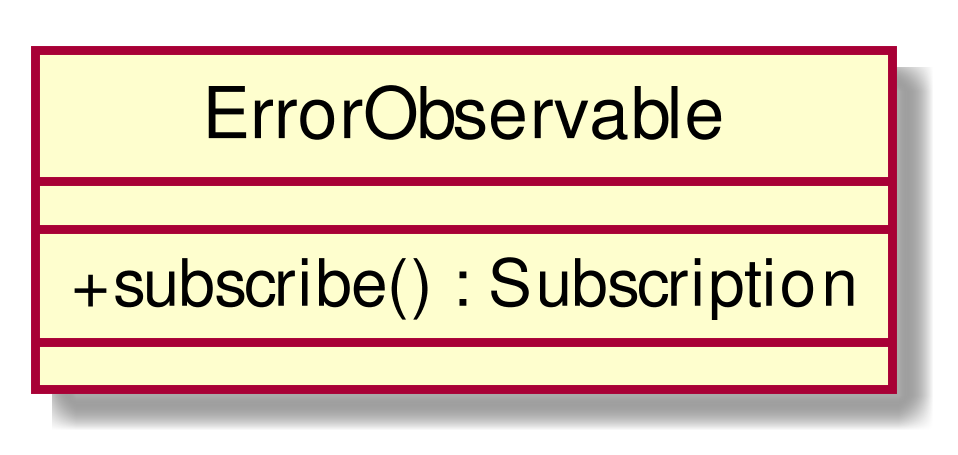
Before: RP/Esterni/DefinizioneDiProdotto/images/ClassErrorObservable.png, a diagram exported from PlantUML (CoCodeSWE/Docs). Its diagram source:
```plantuml
@startuml
scale 1000*1000
skinparam classAttributeIconSize 0
class ErrorObservable{
__
+ subscribe() : Subscription
__

}
hide circle
@enduml
```
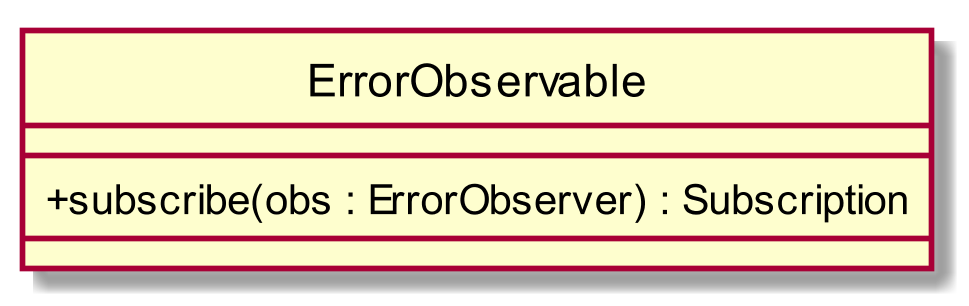
The same diagram one commit later.

Diff of the diagram source:
```diff
@@ -3,7 +3,7 @@
 skinparam classAttributeIconSize 0
 class ErrorObservable{
 __
-+ subscribe() : Subscription
++ subscribe(obs : ErrorObserver) : Subscription
 __
 
 }
```
